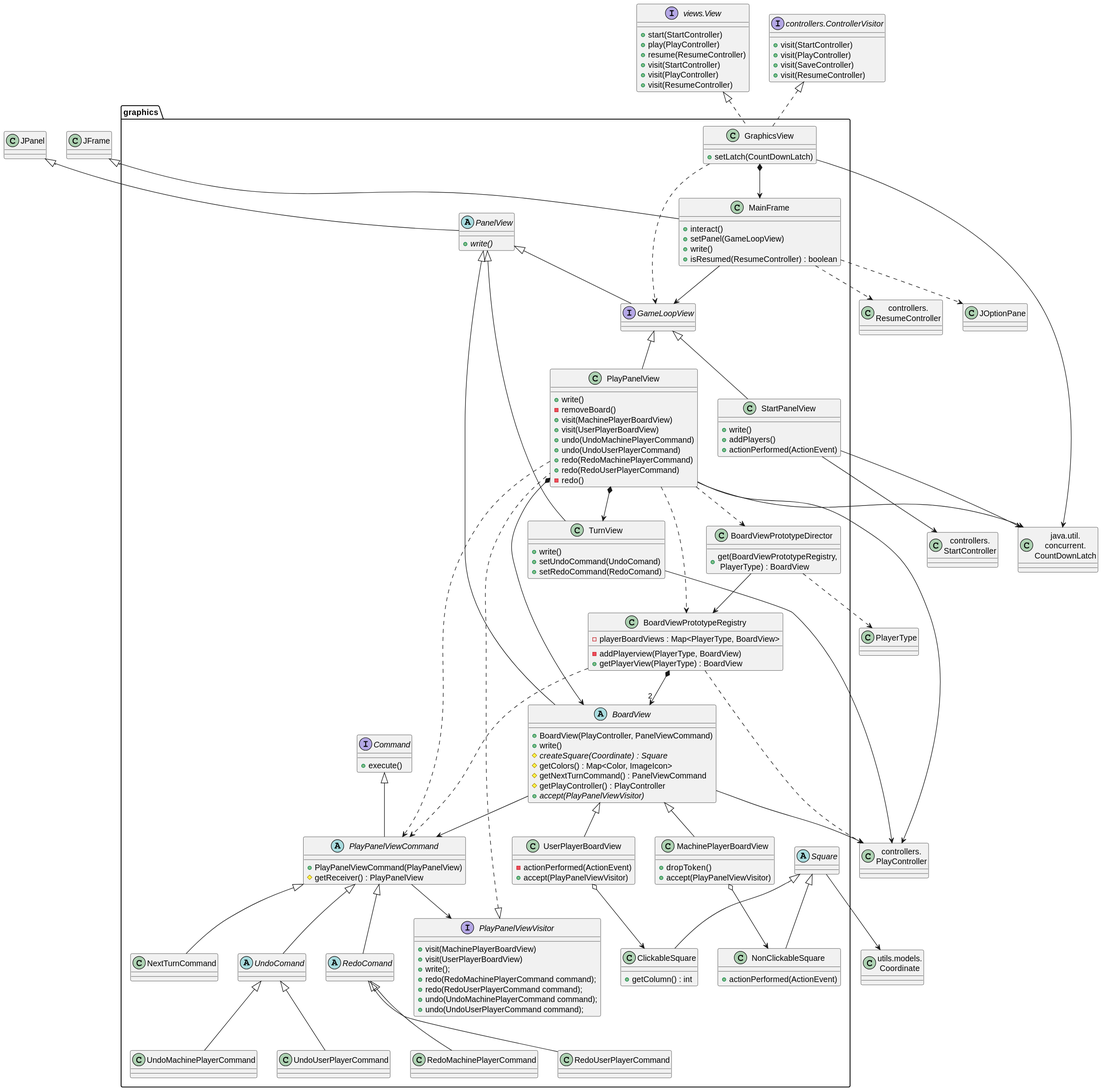
js-rom/connect4 keeps this PlantUML diagram as out/connect4/Docs/diagrams/src/packages/connect4.connect4.views.graphics/connect4.connect4.views.graphics.svg. Above is the earlier version.
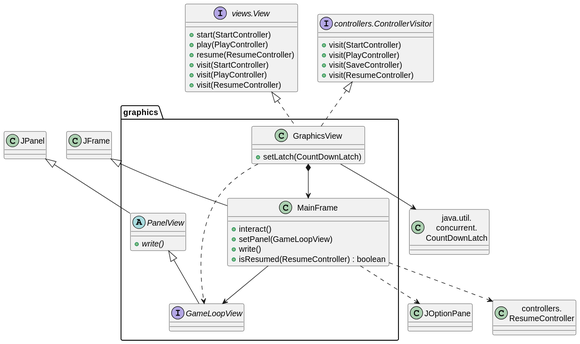
The same file after the commit.

Change to the diagram source:
```diff
@@ -1,98 +1,27 @@
 @startuml
+class CountDownLatch as "java.util.\nconcurrent.\nCountDownLatch"
+class ResumeController as "controllers.\nResumeController"
+
 class graphics.GraphicsView {
     +setLatch(CountDownLatch)
 }
 
-class CountDownLatch as "java.util.\nconcurrent.\nCountDownLatch"
 class graphics.MainFrame{
      +interact()
     +setPanel(GameLoopView)
     +write()
     +isResumed(ResumeController) : boolean
 }
+
 abstract class graphics.PanelView {
     + {abstract} write()
 }
+
 interface graphics.GameLoopView
-class graphics.StartPanelView {
-    +write()
-    +addPlayers()
-    +actionPerformed(ActionEvent)
-}
 
-class graphics.PlayPanelView{
-    +write()
-    -removeBoard()
-    +visit(MachinePlayerBoardView)
-    +visit(UserPlayerBoardView)
-    +undo(UndoMachinePlayerCommand)
-    +undo(UndoUserPlayerCommand)
-    +redo(RedoMachinePlayerCommand)
-    +redo(RedoUserPlayerCommand)
-    -redo()
-}
 
-interface graphics.PlayPanelViewVisitor {
-    +visit(MachinePlayerBoardView)
-    +visit(UserPlayerBoardView)
-    +write();
-    +redo(RedoMachinePlayerCommand command);
-    +redo(RedoUserPlayerCommand command);
-    +undo(UndoMachinePlayerCommand command);
-    +undo(UndoUserPlayerCommand command);
-}
+abstract class graphics.PanelView
 
-abstract class graphics.BoardView {
-    + BoardView(PlayController, PanelViewCommand)
-    + write()
-    #  {abstract}  createSquare(Coordinate) : Square
-    # getColors() : Map<Color, ImageIcon>
-    # getNextTurnCommand() : PanelViewCommand
-    # getPlayController() : PlayController
-    +  {abstract}  accept(PlayPanelViewVisitor)
-}
-class graphics.BoardViewPrototypeDirector{
-    +get(BoardViewPrototypeRegistry,\n PlayerType) : BoardView
-}
-class graphics.BoardViewPrototypeRegistry{
-    -playerBoardViews : Map<PlayerType, BoardView>
-    -addPlayerview(PlayerType, BoardView)
-    +getPlayerView(PlayerType) : BoardView
-}
-interface graphics.Command {
-    +execute()
-}
-abstract class graphics.PlayPanelViewCommand {
-    +PlayPanelViewCommand(PlayPanelView)
-    #getReceiver() : PlayPanelView
-}
-class graphics.MachinePlayerBoardView {
-    +dropToken()
-    +accept(PlayPanelViewVisitor)
-}
-class graphics.UserPlayerBoardView{
-    -actionPerformed(ActionEvent)
-    +accept(PlayPanelViewVisitor)
-}
-
-class graphics.NextTurnCommand
-abstract class graphics.Square
-class graphics.ClickableSquare {
-    + getColumn() : int
-}
-class graphics.NonClickableSquare {
-    + actionPerformed(ActionEvent)
-}
-class graphics.TurnView{
-    +write()
-    +setUndoCommand(UndoComand)
-    +setRedoCommand(RedoComand)
-}
-abstract class graphics.PanelView
-class StartController as "controllers.\nStartController"
-class PlayController as "controllers.\nPlayController"
-class ResumeController as "controllers.\nResumeController"
-class Coordinate as "utils.models.\nCoordinate"
 interface View as "views.View"{
     +start(StartController)
     +play(PlayController)
@@ -109,26 +38,11 @@
     +visit(ResumeController)
 }
 
-abstract class graphics.UndoComand
-abstract class graphics.RedoComand
-class graphics.RedoMachinePlayerCommand {}
-class graphics.UndoMachinePlayerCommand {}
-class graphics.RedoUserPlayerCommand {}
-class graphics.UndoUserPlayerCommand {}
-
-
 GraphicsView --> CountDownLatch
 class JFrame
 JFrame <|-- MainFrame
 GraphicsView *--> MainFrame
 
-
-StartPanelView --> StartController
-StartPanelView --> CountDownLatch
-PlayPanelView --> PlayController
-PlayPanelView --> CountDownLatch
-BoardView --> PlayController
-TurnView --> PlayController
 MainFrame ..> ResumeController
 
 
@@ -140,47 +54,7 @@
 
 JPanel <|-- PanelView
 PanelView <|-- GameLoopView
-GameLoopView <|-- StartPanelView
-GameLoopView <|-- PlayPanelView
-PlayPanelViewVisitor <|.. PlayPanelView
-PanelView <|-- BoardView
-PanelView <|-- TurnView
 
 GraphicsView ..> GameLoopView
 MainFrame --> GameLoopView
-
-PlayPanelView *--> BoardView
-PlayPanelView *--> TurnView
-PlayPanelView ..> BoardViewPrototypeRegistry
-PlayPanelView ..> BoardViewPrototypeDirector
-
-BoardViewPrototypeDirector --> BoardViewPrototypeRegistry
-BoardViewPrototypeDirector ..> PlayerType
-BoardViewPrototypeRegistry ..> PlayController
-BoardViewPrototypeRegistry ..> PlayPanelViewCommand
-BoardViewPrototypeRegistry *--> "2"BoardView
-
-
-PlayPanelView ..> PlayPanelViewCommand
-PlayPanelViewCommand --> PlayPanelViewVisitor
-
-Command <|-- PlayPanelViewCommand
-PlayPanelViewCommand <|-- NextTurnCommand
-PlayPanelViewCommand <|-- UndoComand
-PlayPanelViewCommand <|-- RedoComand
-UndoComand <|-- UndoMachinePlayerCommand
-UndoComand <|-- UndoUserPlayerCommand
-RedoComand <|-- RedoMachinePlayerCommand
-RedoComand <|-- RedoUserPlayerCommand
-
-
-BoardView <|-- MachinePlayerBoardView
-BoardView <|-- UserPlayerBoardView
-MachinePlayerBoardView o--> NonClickableSquare
-UserPlayerBoardView o--> ClickableSquare
-Square <|-- ClickableSquare
-Square <|-- NonClickableSquare
-BoardView --> PlayPanelViewCommand
-
-Square --> Coordinate
 @enduml
```
